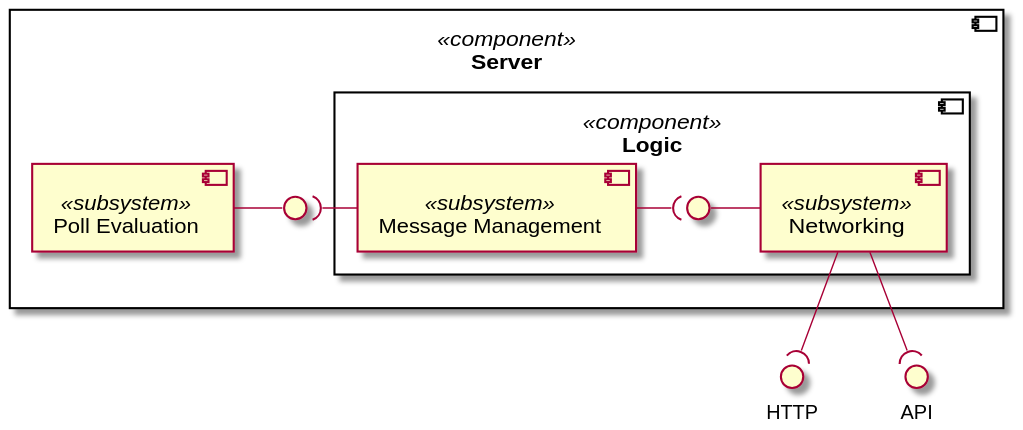
Above: Docs/Technical Specifications/docs/diagrams/ComponentDiagrams/ServerComponentDiagram.svg in Brotenko/QualityQuest (PlantUML), before the change.
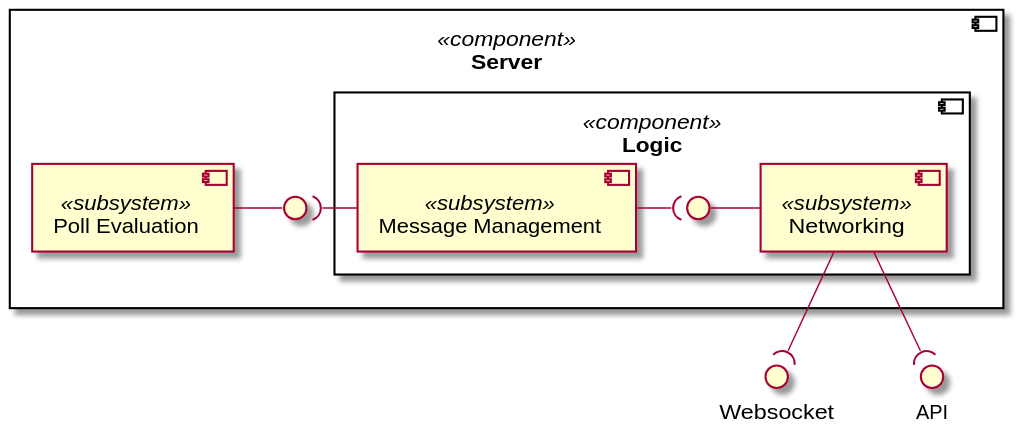
The same diagram one commit later.

Commit message:
added more detailed descriptions to component diagrams and removed inconsistences

What changed in the source:
```diff
@@ -1,5 +1,5 @@
 @startuml
-() "HTTP" as http
+() "Websocket" as http
 () "API" as api
 
 
```
